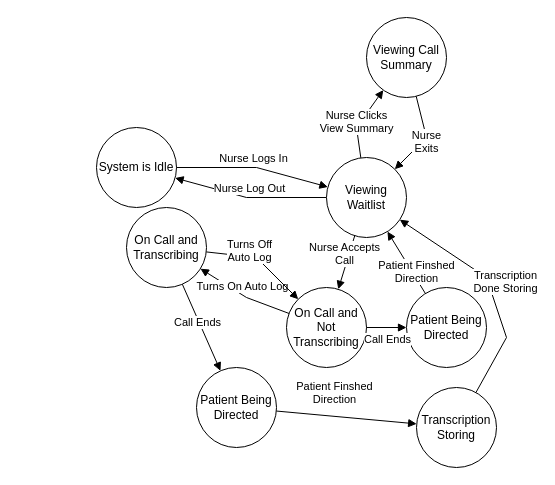
Before: OliverWork/Milestone2/HotlineNurseStateDiagram.drawio in SENG-350-2024-fall/Team9, a draw.io diagram. Source tidied: cells renumbered, new cells numbered last; positions are measured from the earlier drawing's top-left corner, leaving out a move shared by most shapes. Both pictures are drawn from the tidied source at 100%, with x=0, y=0 at pixel (96, 17).
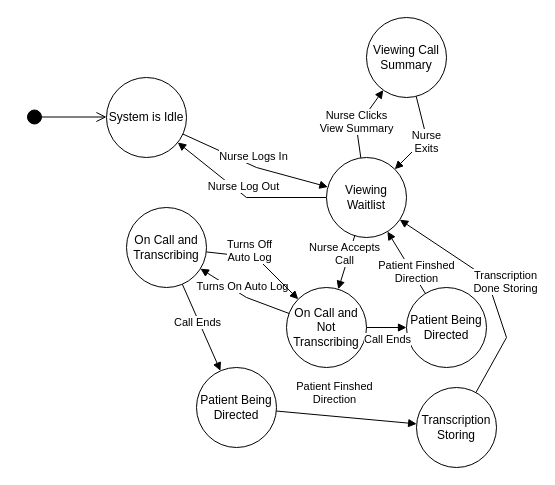
The same page after the edit.

Commit message:
Added Start State

Change to the diagram source:
```diff
@@
     <mxCell id="2" value="System is Idle" style="ellipse;whiteSpace=wrap;html=1;" parent="1" vertex="1">
-      <mxGeometry y="110" width="80" height="80" as="geometry" />
+      <mxGeometry x="10" y="60" width="80" height="80" as="geometry" />
     </mxCell>
@@
+    <mxCell id="22" style="html=1;verticalAlign=bottom;startArrow=circle;startFill=1;endArrow=open;startSize=6;endSize=8;curved=0;rounded=0;" parent="1" edge="1">
+      <mxGeometry relative="1" as="geometry">
+        <mxPoint x="-70" y="99.5" as="sourcePoint" />
+        <mxPoint x="10" y="99.5" as="targetPoint" />
+      </mxGeometry>
+    </mxCell>
```
